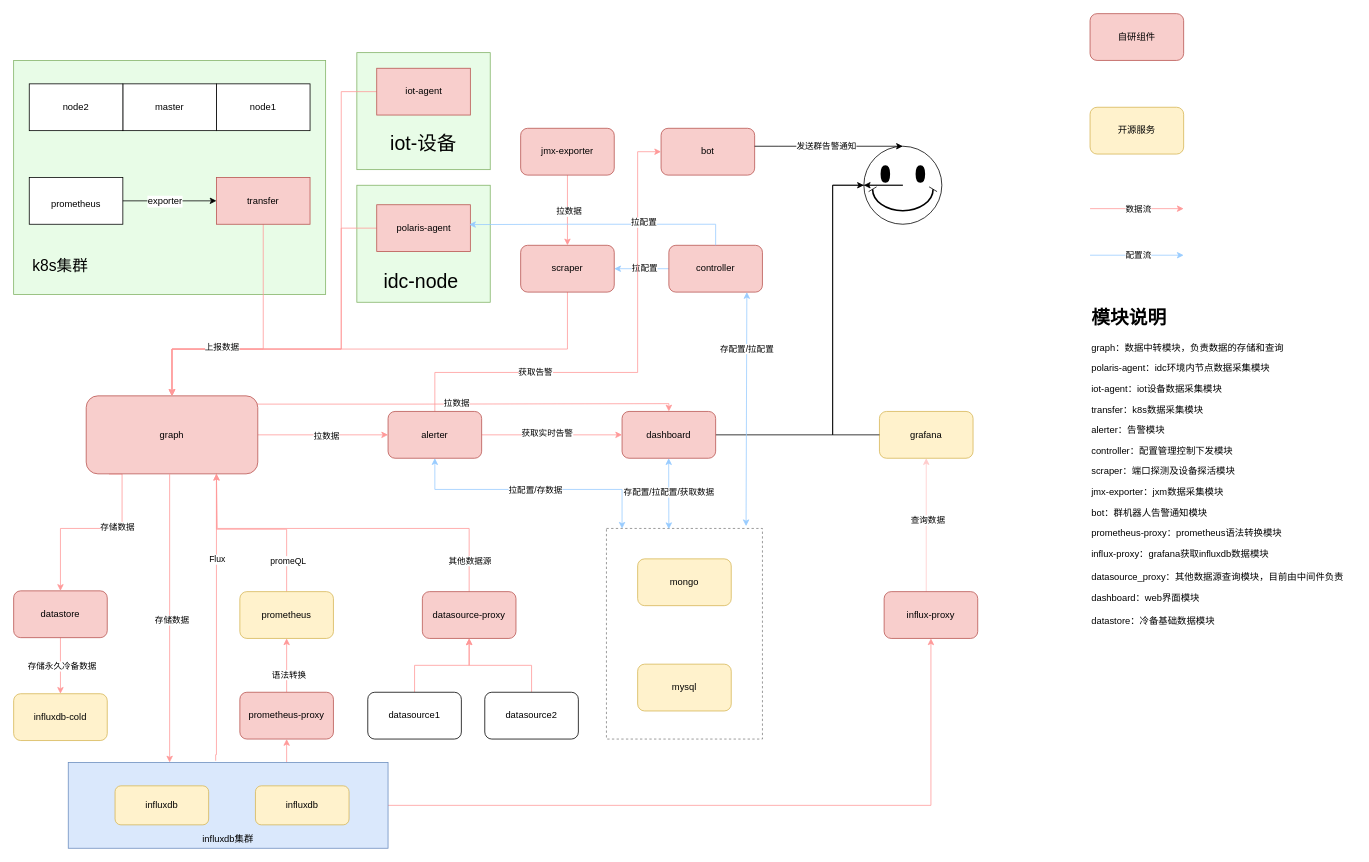
The draw.io diagram polaris框架.drawio in wupei-w/diagrams, before the edit. Source tidied: cells renumbered, new cells numbered last; positions are measured from the earlier drawing's top-left corner, leaving out a move shared by most shapes. Both pictures are drawn from the tidied source at 78%, with x=0, y=0 at pixel (13, 13).
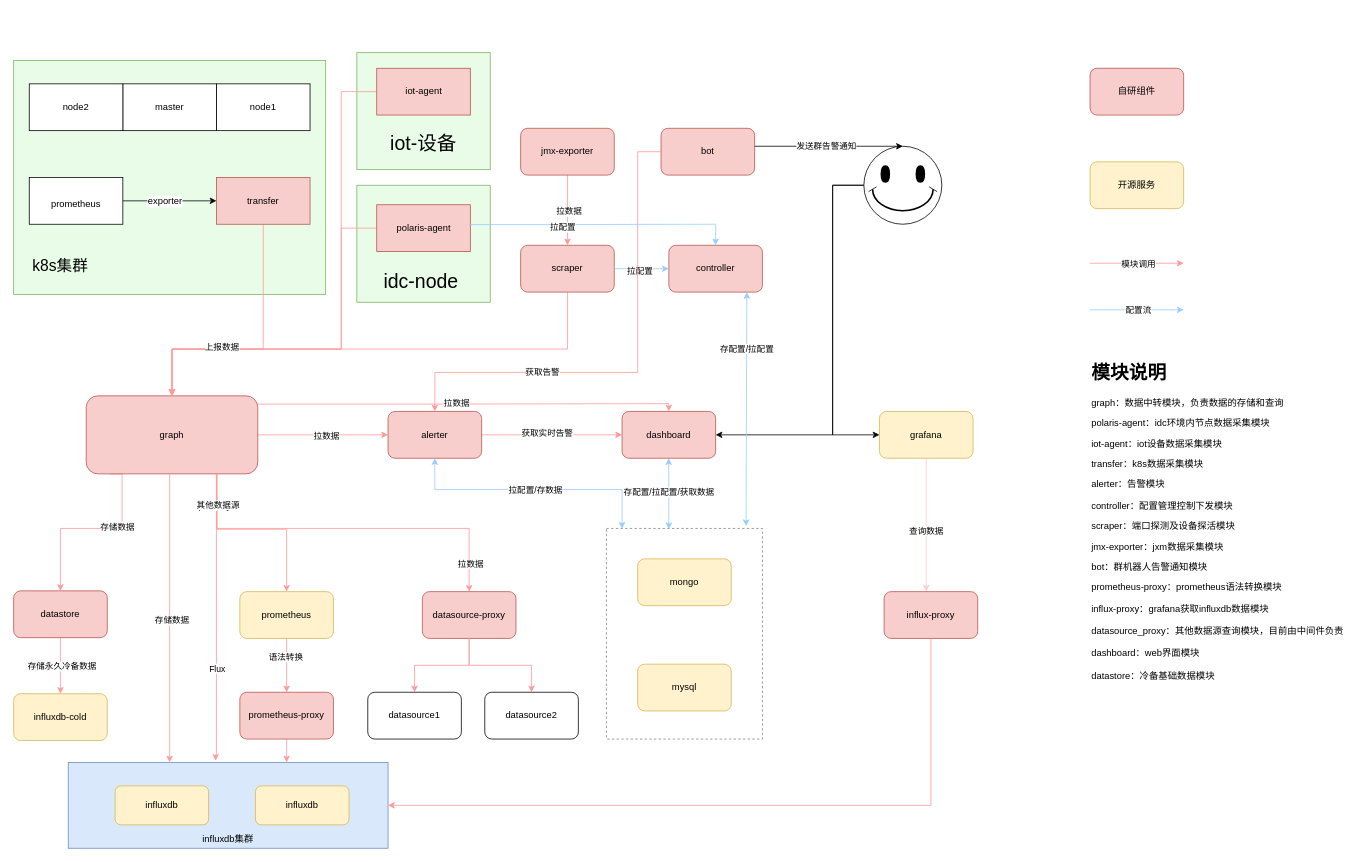
The same page after the edit.

Unchanged cells that the change refers to:
```xml
<mxCell id="9" value="&lt;br&gt;&lt;br&gt;&lt;br&gt;&lt;br&gt;&lt;br&gt;&lt;br&gt;influxdb集群" style="rounded=0;whiteSpace=wrap;html=1;fillColor=#dae8fc;strokeColor=#6c8ebf;" parent="1" vertex="1">
  <mxGeometry x="70" y="960" width="410" height="110" as="geometry" />
</mxCell>
<mxCell id="11" value="dashboard" style="rounded=1;whiteSpace=wrap;html=1;fillColor=#f8cecc;strokeColor=#b85450;" parent="1" vertex="1">
  <mxGeometry x="780" y="510" width="120" height="60" as="geometry" />
</mxCell>
<mxCell id="20" value="graph" style="rounded=1;whiteSpace=wrap;html=1;fillColor=#f8cecc;strokeColor=#b85450;" parent="1" vertex="1">
  <mxGeometry x="93" y="490" width="220" height="100" as="geometry" />
</mxCell>
<mxCell id="23" value="prometheus" style="rounded=1;whiteSpace=wrap;html=1;fillColor=#fff2cc;strokeColor=#d6b656;" parent="1" vertex="1">
  <mxGeometry x="290" y="741" width="120" height="60" as="geometry" />
</mxCell>
<mxCell id="26" value="prometheus-proxy" style="rounded=1;whiteSpace=wrap;html=1;fillColor=#f8cecc;strokeColor=#b85450;" parent="1" vertex="1">
  <mxGeometry x="290" y="870" width="120" height="60" as="geometry" />
</mxCell>
<mxCell id="29" value="datasource-proxy" style="rounded=1;whiteSpace=wrap;html=1;fillColor=#f8cecc;strokeColor=#b85450;" parent="1" vertex="1">
  <mxGeometry x="524" y="741" width="120" height="60" as="geometry" />
</mxCell>
<mxCell id="31" value="datasource1" style="rounded=1;whiteSpace=wrap;html=1;" parent="1" vertex="1">
  <mxGeometry x="454" y="870" width="120" height="60" as="geometry" />
</mxCell>
<mxCell id="33" value="datasource2" style="rounded=1;whiteSpace=wrap;html=1;" parent="1" vertex="1">
  <mxGeometry x="604" y="870" width="120" height="60" as="geometry" />
</mxCell>
<mxCell id="39" value="influx-proxy" style="rounded=1;whiteSpace=wrap;html=1;fillColor=#f8cecc;strokeColor=#b85450;" parent="1" vertex="1">
  <mxGeometry x="1116" y="741" width="120" height="60" as="geometry" />
</mxCell>
<mxCell id="40" value="grafana" style="rounded=1;whiteSpace=wrap;html=1;fillColor=#fff2cc;strokeColor=#d6b656;" parent="1" vertex="1">
  <mxGeometry x="1110" y="510" width="120" height="60" as="geometry" />
</mxCell>
<mxCell id="42" value="scraper" style="rounded=1;whiteSpace=wrap;html=1;fillColor=#f8cecc;strokeColor=#b85450;" parent="1" vertex="1">
  <mxGeometry x="650" y="297" width="120" height="60" as="geometry" />
</mxCell>
<mxCell id="60" value="polaris-agent" style="rounded=0;whiteSpace=wrap;html=1;fillColor=#f8cecc;strokeColor=#b85450;" parent="1" vertex="1">
  <mxGeometry x="465.5" y="245" width="120" height="60" as="geometry" />
</mxCell>
<mxCell id="61" style="verticalLabelPosition=bottom;verticalAlign=top;html=1;shape=mxgraph.basic.smiley;" parent="1" vertex="1">
  <mxGeometry x="1090" y="170" width="100" height="100" as="geometry" />
</mxCell>
<mxCell id="68" value="controller" style="rounded=1;whiteSpace=wrap;html=1;fillColor=#f8cecc;strokeColor=#b85450;" parent="1" vertex="1">
  <mxGeometry x="840" y="297" width="120" height="60" as="geometry" />
</mxCell>
<mxCell id="82" value="bot" style="rounded=1;whiteSpace=wrap;html=1;fillColor=#f8cecc;strokeColor=#b85450;" parent="1" vertex="1">
  <mxGeometry x="830" y="147" width="120" height="60" as="geometry" />
</mxCell>
<mxCell id="88" value="alerter" style="rounded=1;whiteSpace=wrap;html=1;fillColor=#f8cecc;strokeColor=#b85450;" parent="1" vertex="1">
  <mxGeometry x="480" y="510" width="120" height="60" as="geometry" />
</mxCell>
```

Change to the diagram source:
```diff
@@
-    <mxCell id="5" style="edgeStyle=orthogonalEdgeStyle;rounded=0;jettySize=auto;html=1;strokeColor=#FF9999;" parent="1" edge="1" source="9" target="26">
+    <mxCell id="5" style="edgeStyle=orthogonalEdgeStyle;rounded=0;jettySize=auto;html=1;strokeColor=#FF9999;" parent="1" edge="1" source="26" target="9">
       <mxGeometry relative="1" as="geometry">
         <Array as="points">
           <mxPoint x="350" y="940" />
           <mxPoint x="350" y="940" />
         </Array>
       </mxGeometry>
     </mxCell>
-    <mxCell id="6" style="edgeStyle=orthogonalEdgeStyle;rounded=0;jettySize=auto;html=1;entryX=0.5;entryY=1;entryDx=0;entryDy=0;strokeColor=#FF9999;" parent="1" edge="1" source="9" target="39">
-      <mxGeometry relative="1" as="geometry" />
+    <mxCell id="6" style="edgeStyle=orthogonalEdgeStyle;rounded=0;jettySize=auto;html=1;strokeColor=#FF9999;exitX=0.5;exitY=1;exitDx=0;exitDy=0;" parent="1" edge="1" source="39" target="9">
+      <mxGeometry relative="1" as="geometry">
+        <Array as="points">
+          <mxPoint x="1176" y="1015" />
+        </Array>
+      </mxGeometry>
     </mxCell>
-    <mxCell id="7" style="edgeStyle=orthogonalEdgeStyle;rounded=0;jettySize=auto;html=1;exitX=0.461;exitY=-0.02;exitDx=0;exitDy=0;entryX=0.5;entryY=1;entryDx=0;entryDy=0;strokeColor=#FF9999;exitPerimeter=0;" parent="1" edge="1" source="9">
+    <mxCell id="7" style="edgeStyle=orthogonalEdgeStyle;rounded=0;jettySize=auto;html=1;exitX=0.461;exitY=-0.02;exitDx=0;exitDy=0;entryX=0.461;entryY=-0.02;entryDx=0;entryDy=0;strokeColor=#FF9999;exitPerimeter=0;entryPerimeter=0;" parent="1" edge="1" target="9">
       <mxGeometry relative="1" as="geometry">
-        <mxPoint x="260" y="580" as="targetPoint" />
+        <mxPoint x="260" y="580" as="sourcePoint" />
         <Array as="points">
+          <mxPoint x="260" y="950" />
           <mxPoint x="259" y="950" />
-          <mxPoint x="260" y="950" />
         </Array>
       </mxGeometry>
     </mxCell>
@@
-    <mxCell id="10" style="edgeStyle=orthogonalEdgeStyle;rounded=0;jettySize=auto;html=1;" parent="1" edge="1" source="11" target="61">
+    <mxCell id="10" style="edgeStyle=orthogonalEdgeStyle;rounded=0;jettySize=auto;html=1;" parent="1" edge="1" source="61" target="11">
       <mxGeometry relative="1" as="geometry">
         <Array as="points">
           <mxPoint x="1050" y="540" />
         </Array>
       </mxGeometry>
     </mxCell>
@@
-    <mxCell id="21" style="edgeStyle=orthogonalEdgeStyle;rounded=0;jettySize=auto;html=1;strokeColor=#FF9999;" parent="1" edge="1" source="23" target="20">
+    <mxCell id="21" style="edgeStyle=orthogonalEdgeStyle;rounded=0;jettySize=auto;html=1;strokeColor=#FF9999;" parent="1" edge="1" source="20" target="23">
       <mxGeometry relative="1" as="geometry">
         <Array as="points">
+          <mxPoint x="260" y="661" />
           <mxPoint x="350" y="661" />
-          <mxPoint x="260" y="661" />
         </Array>
       </mxGeometry>
     </mxCell>
@@
-    <mxCell id="24" style="edgeStyle=orthogonalEdgeStyle;rounded=0;jettySize=auto;html=1;fillColor=#f8cecc;strokeColor=#FF9999;" parent="1" edge="1" source="26" target="23">
+    <mxCell id="24" style="edgeStyle=orthogonalEdgeStyle;rounded=0;jettySize=auto;html=1;fillColor=#f8cecc;strokeColor=#FF9999;" parent="1" edge="1" source="23" target="26">
       <mxGeometry relative="1" as="geometry" />
     </mxCell>
@@
-    <mxCell id="27" style="edgeStyle=orthogonalEdgeStyle;rounded=0;jettySize=auto;html=1;strokeColor=#FF9999;" parent="1" edge="1" source="29">
+    <mxCell id="27" style="edgeStyle=orthogonalEdgeStyle;rounded=0;jettySize=auto;html=1;strokeColor=#FF9999;" parent="1" edge="1" target="29">
       <mxGeometry relative="1" as="geometry">
-        <mxPoint x="260" y="590" as="targetPoint" />
+        <mxPoint x="260" y="590" as="sourcePoint" />
         <Array as="points">
+          <mxPoint x="261" y="590" />
+          <mxPoint x="261" y="660" />
           <mxPoint x="584" y="660" />
-          <mxPoint x="261" y="660" />
-          <mxPoint x="261" y="590" />
         </Array>
       </mxGeometry>
     </mxCell>
@@
+    <mxCell id="97" value="拉数据" style="edgeLabel;html=1;align=center;verticalAlign=middle;" parent="27" vertex="1">
+      <mxGeometry x="0.85" y="1" relative="1" as="geometry" />
+    </mxCell>
@@
-    <mxCell id="30" style="edgeStyle=orthogonalEdgeStyle;rounded=0;jettySize=auto;html=1;entryX=0.5;entryY=1;entryDx=0;entryDy=0;fillColor=#f8cecc;strokeColor=#FF9999;" parent="1" edge="1" source="31" target="29">
+    <mxCell id="30" style="edgeStyle=orthogonalEdgeStyle;rounded=0;jettySize=auto;html=1;fillColor=#f8cecc;strokeColor=#FF9999;exitX=0.5;exitY=1;exitDx=0;exitDy=0;" parent="1" edge="1" source="29" target="31">
       <mxGeometry relative="1" as="geometry" />
     </mxCell>
@@
-    <mxCell id="32" style="edgeStyle=orthogonalEdgeStyle;rounded=0;jettySize=auto;html=1;fillColor=#f8cecc;strokeColor=#FF9999;" parent="1" edge="1" source="33" target="29">
+    <mxCell id="32" style="edgeStyle=orthogonalEdgeStyle;rounded=0;jettySize=auto;html=1;fillColor=#f8cecc;strokeColor=#FF9999;" parent="1" edge="1" source="29" target="33">
       <mxGeometry relative="1" as="geometry" />
     </mxCell>
@@
-    <mxCell id="37" style="edgeStyle=orthogonalEdgeStyle;rounded=0;jettySize=auto;html=1;entryX=0.5;entryY=1;entryDx=0;entryDy=0;strokeColor=#FFCCCC;" parent="1" edge="1" source="39" target="40">
+    <mxCell id="37" style="edgeStyle=orthogonalEdgeStyle;rounded=0;jettySize=auto;html=1;strokeColor=#FFCCCC;exitX=0.5;exitY=1;exitDx=0;exitDy=0;" parent="1" edge="1" source="40" target="39">
       <mxGeometry relative="1" as="geometry">
         <Array as="points">
           <mxPoint x="1170" y="680" />
           <mxPoint x="1170" y="680" />
         </Array>
       </mxGeometry>
     </mxCell>
@@
-    <mxCell id="66" style="edgeStyle=orthogonalEdgeStyle;rounded=0;jettySize=auto;html=1;strokeColor=#99CCFF;" parent="1" edge="1" source="68" target="42">
+    <mxCell id="66" style="edgeStyle=orthogonalEdgeStyle;rounded=0;jettySize=auto;html=1;strokeColor=#99CCFF;" parent="1" edge="1" source="42" target="68">
       <mxGeometry relative="1" as="geometry" />
     </mxCell>
@@
-    <mxCell id="69" style="edgeStyle=orthogonalEdgeStyle;rounded=0;jettySize=auto;html=1;" parent="1" edge="1" source="40">
-      <mxGeometry relative="1" as="geometry">
-        <mxPoint x="1090" y="220" as="targetPoint" />
-        <Array as="points">
-          <mxPoint x="1050" y="540" />
-          <mxPoint x="1050" y="220" />
-          <mxPoint x="1140" y="220" />
-        </Array>
-      </mxGeometry>
-    </mxCell>
     <mxCell id="70" value="自研组件" style="rounded=1;whiteSpace=wrap;html=1;fillColor=#f8cecc;strokeColor=#b85450;" parent="1" vertex="1">
-      <mxGeometry x="1380" width="120" height="60" as="geometry" />
+      <mxGeometry x="1380" y="70" width="120" height="60" as="geometry" />
     </mxCell>
     <mxCell id="71" value="开源服务" style="rounded=1;whiteSpace=wrap;html=1;fillColor=#fff2cc;strokeColor=#d6b656;" parent="1" vertex="1">
-      <mxGeometry x="1380" y="120" width="120" height="60" as="geometry" />
+      <mxGeometry x="1380" y="190" width="120" height="60" as="geometry" />
     </mxCell>
     <mxCell id="72" style="endArrow=classic;html=1;rounded=0;strokeColor=#FF9999;" parent="1" edge="1">
       <mxGeometry relative="1" as="geometry">
-        <mxPoint x="1380" y="250" as="sourcePoint" />
-        <mxPoint x="1500" y="250" as="targetPoint" />
+        <mxPoint x="1380" y="320" as="sourcePoint" />
+        <mxPoint x="1500" y="320" as="targetPoint" />
       </mxGeometry>
     </mxCell>
-    <mxCell id="73" value="数据流" style="edgeLabel;html=1;align=center;verticalAlign=middle;" parent="72" vertex="1">
+    <mxCell id="73" value="模块调用" style="edgeLabel;html=1;align=center;verticalAlign=middle;" parent="72" vertex="1">
       <mxGeometry x="0.02" relative="1" as="geometry" />
     </mxCell>
     <mxCell id="74" style="endArrow=classic;html=1;rounded=0;strokeColor=#99CCFF;" parent="1" edge="1">
       <mxGeometry relative="1" as="geometry">
-        <mxPoint x="1380" y="309.7" as="sourcePoint" />
-        <mxPoint x="1500" y="309.7" as="targetPoint" />
+        <mxPoint x="1380" y="379.7" as="sourcePoint" />
+        <mxPoint x="1500" y="379.7" as="targetPoint" />
       </mxGeometry>
     </mxCell>
@@
     <mxCell id="85" value="&lt;h1 style=&quot;margin-top: 0px;&quot;&gt;模块说明&lt;/h1&gt;&lt;p&gt;graph：数据中转模块，负责数据的存储和查询&lt;/p&gt;&lt;p&gt;polaris-agent：idc环境内节点数据采集模块&lt;/p&gt;&lt;p&gt;iot-agent：iot设备数据采集模块&lt;/p&gt;&lt;p&gt;transfer：k8s数据采集模块&lt;br&gt;&lt;/p&gt;&lt;p&gt;alerter：告警模块&lt;/p&gt;&lt;p&gt;controller：配置管理控制下发模块&lt;/p&gt;&lt;p&gt;scraper：端口探测及设备探活模块&lt;/p&gt;&lt;p&gt;jmx-exporter：jxm数据采集模块&lt;/p&gt;&lt;p&gt;&lt;span style=&quot;background-color: initial;&quot;&gt;bot：群机器人告警通知模块&lt;/span&gt;&lt;br&gt;&lt;/p&gt;&lt;p&gt;prometheus-proxy：prometheus语法转换模块&lt;/p&gt;&lt;div&gt;influx-proxy：grafana获取influxdb数据模块&lt;/div&gt;&lt;div&gt;&lt;br&gt;&lt;/div&gt;&lt;div&gt;datasource_proxy：其他数据源查询模块，目前由中间件负责&lt;/div&gt;&lt;div&gt;&lt;br&gt;&lt;/div&gt;&lt;div&gt;dashboard：web界面模块&lt;/div&gt;&lt;div&gt;&lt;br&gt;&lt;/div&gt;&lt;div&gt;datastore：冷备基础数据模块&lt;/div&gt;&lt;div&gt;&lt;br&gt;&lt;/div&gt;&lt;div&gt;&lt;br&gt;&lt;/div&gt;&lt;div&gt;&lt;br&gt;&lt;/div&gt;&lt;p&gt;&lt;br&gt;&lt;/p&gt;&lt;p&gt;&lt;br&gt;&lt;/p&gt;" style="text;html=1;whiteSpace=wrap;overflow=hidden;rounded=0;" parent="1" vertex="1">
-      <mxGeometry x="1380" y="370" width="340" height="480" as="geometry" />
+      <mxGeometry x="1380" y="440" width="340" height="480" as="geometry" />
     </mxCell>
-    <mxCell id="86" style="edgeStyle=orthogonalEdgeStyle;rounded=0;jettySize=auto;html=1;entryX=0;entryY=0.5;entryDx=0;entryDy=0;strokeColor=#FF9999;" parent="1" edge="1" source="88" target="82">
+    <mxCell id="86" style="edgeStyle=orthogonalEdgeStyle;rounded=0;jettySize=auto;html=1;strokeColor=#FF9999;exitX=0;exitY=0.5;exitDx=0;exitDy=0;" parent="1" edge="1" source="82" target="88">
       <mxGeometry relative="1" as="geometry">
         <Array as="points">
+          <mxPoint x="800" y="177" />
+          <mxPoint x="800" y="460" />
           <mxPoint x="540" y="460" />
-          <mxPoint x="800" y="460" />
-          <mxPoint x="800" y="177" />
         </Array>
       </mxGeometry>
     </mxCell>
     <mxCell id="87" value="获取告警" style="edgeLabel;html=1;align=center;verticalAlign=middle;" parent="86" vertex="1">
-      <mxGeometry x="-0.43" y="1" relative="1" as="geometry" />
+      <mxGeometry x="0.4" y="-1" relative="1" as="geometry" />
     </mxCell>
@@
-    <mxCell id="93" style="edgeStyle=orthogonalEdgeStyle;rounded=0;jettySize=auto;html=1;entryX=0.987;entryY=0.424;entryDx=0;entryDy=0;entryPerimeter=0;strokeColor=#99CCFF;" parent="1" edge="1" source="68" target="60">
+    <mxCell id="93" style="edgeStyle=orthogonalEdgeStyle;rounded=0;jettySize=auto;html=1;strokeColor=#99CCFF;exitX=0.987;exitY=0.424;exitDx=0;exitDy=0;exitPerimeter=0;" parent="1" edge="1" source="60" target="68">
       <mxGeometry relative="1" as="geometry">
         <Array as="points">
+          <mxPoint x="713" y="270" />
           <mxPoint x="900" y="270" />
-          <mxPoint x="713" y="270" />
         </Array>
       </mxGeometry>
     </mxCell>
@@
+    <mxCell id="98" style="edgeStyle=orthogonalEdgeStyle;rounded=0;jettySize=auto;html=1;exitX=0;exitY=0.5;exitDx=0;exitDy=0;exitPerimeter=0;" parent="1" edge="1" source="61" target="40">
+      <mxGeometry relative="1" as="geometry">
+        <Array as="points">
+          <mxPoint x="1050" y="220" />
+          <mxPoint x="1050" y="540" />
+        </Array>
+      </mxGeometry>
+    </mxCell>
```
